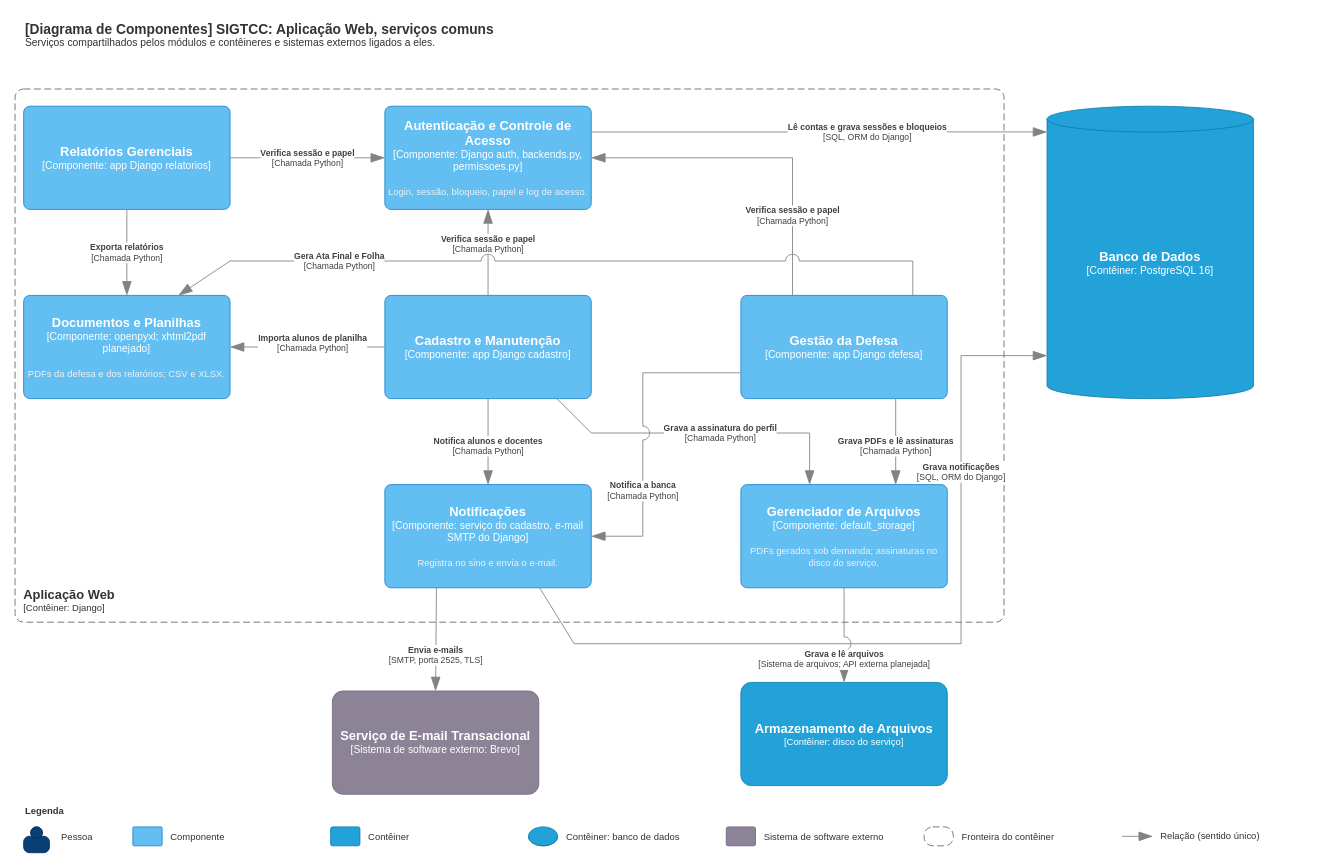
Earlier version of the draw.io diagram page "Componentes: serviços comuns" (2 of 2) of docs/arquitetura/Componentes_SIGTCC.drawio (celiobenj/SIGTCC). Source tidied: cells renumbered, new cells numbered last; positions are measured from the earlier drawing's top-left corner, leaving out a move shared by most shapes. Both pictures are drawn from the tidied source at 86%, with x=0, y=0 at pixel (15, 15).
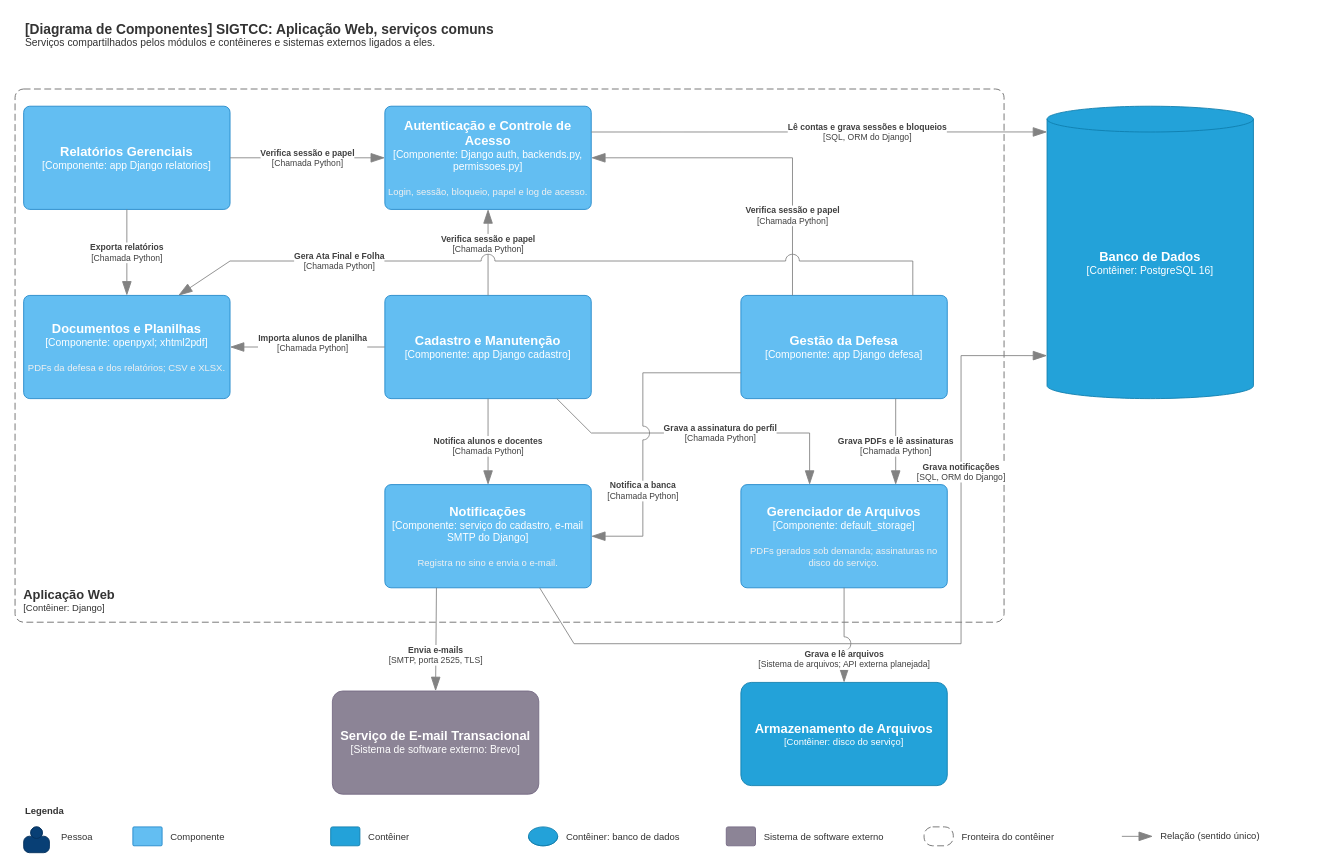
After the change.

Commit message (it also covers changes not shown here):
chore(feat-09): popular demonstracao e atualizar documentos

Diff of the diagram source:
```diff
@@
-    <mxCell id="6" value="&lt;font style=&quot;font-size:15px&quot;&gt;&lt;b&gt;Documentos e Planilhas&lt;/b&gt;&lt;/font&gt;&lt;div&gt;[Componente: openpyxl; xhtml2pdf planejado]&lt;/div&gt;&lt;br&gt;&lt;div&gt;&lt;font style=&quot;font-size:11px&quot; color=&quot;#F0F0F0&quot;&gt;PDFs da defesa e dos relatórios; CSV e XLSX.&lt;/font&gt;&lt;/div&gt;" style="rounded=1;whiteSpace=wrap;html=1;labelBackgroundColor=none;fillColor=#63BEF2;fontColor=#ffffff;align=center;arcSize=6;strokeColor=#2086C9;" parent="1" vertex="1">
+    <mxCell id="6" value="&lt;font style=&quot;font-size:15px&quot;&gt;&lt;b&gt;Documentos e Planilhas&lt;/b&gt;&lt;/font&gt;&lt;div&gt;[Componente: openpyxl; xhtml2pdf]&lt;/div&gt;&lt;br&gt;&lt;div&gt;&lt;font style=&quot;font-size:11px&quot; color=&quot;#F0F0F0&quot;&gt;PDFs da defesa e dos relatórios; CSV e XLSX.&lt;/font&gt;&lt;/div&gt;" style="rounded=1;whiteSpace=wrap;html=1;labelBackgroundColor=none;fillColor=#63BEF2;fontColor=#ffffff;align=center;arcSize=6;strokeColor=#2086C9;" parent="1" vertex="1">
       <mxGeometry x="10" y="326" width="240" height="120" as="geometry" />
     </mxCell>
```
